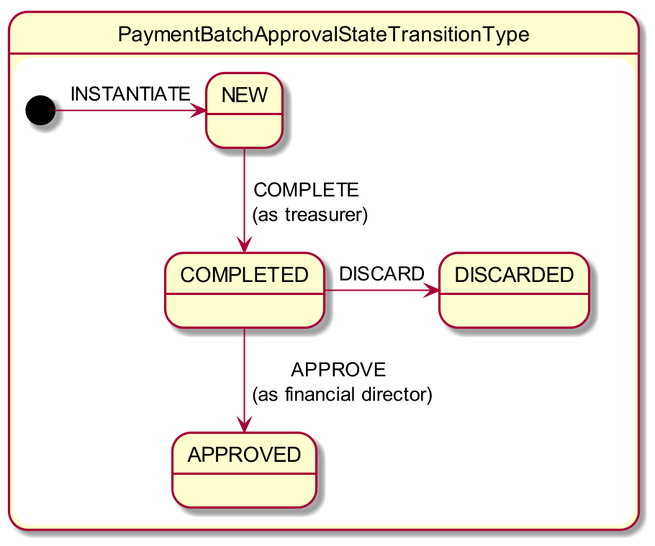
estatio/estatio keeps this PlantUML diagram as adocs/documentation/src/main/asciidoc/payment-approval-state-chart.png. Above is the earlier version.
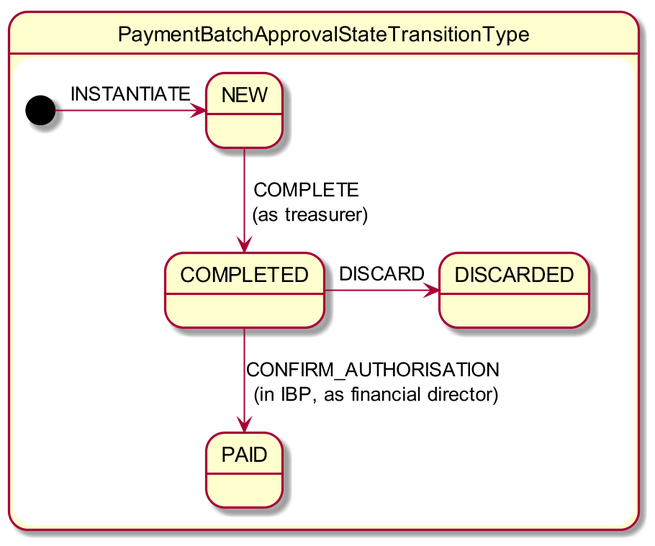
Above is the later version.

Commit message:
EST-1511: renames PaymentBatch's APPROVED state to PAID, and renames APPROVE transition to CONFIRM_AUTHORISATION

What changed in the source:
```diff
@@ -5,12 +5,12 @@
 
     state "NEW" as pa_new
     state "COMPLETED" as pa_completed
-    state "APPROVED" as pa_approved
+    state "PAID" as pa_paid
     state "DISCARDED" as pa_discarded
 
     [*] -right-> pa_new: INSTANTIATE
     pa_new -down-> pa_completed: COMPLETE\n (as treasurer)
-    pa_completed -down-> pa_approved: APPROVE\n (as financial director)
+    pa_completed -down-> pa_paid: CONFIRM_AUTHORISATION\n (in IBP, as financial director)
     pa_completed -right-> pa_discarded: DISCARD
 
 }
```
